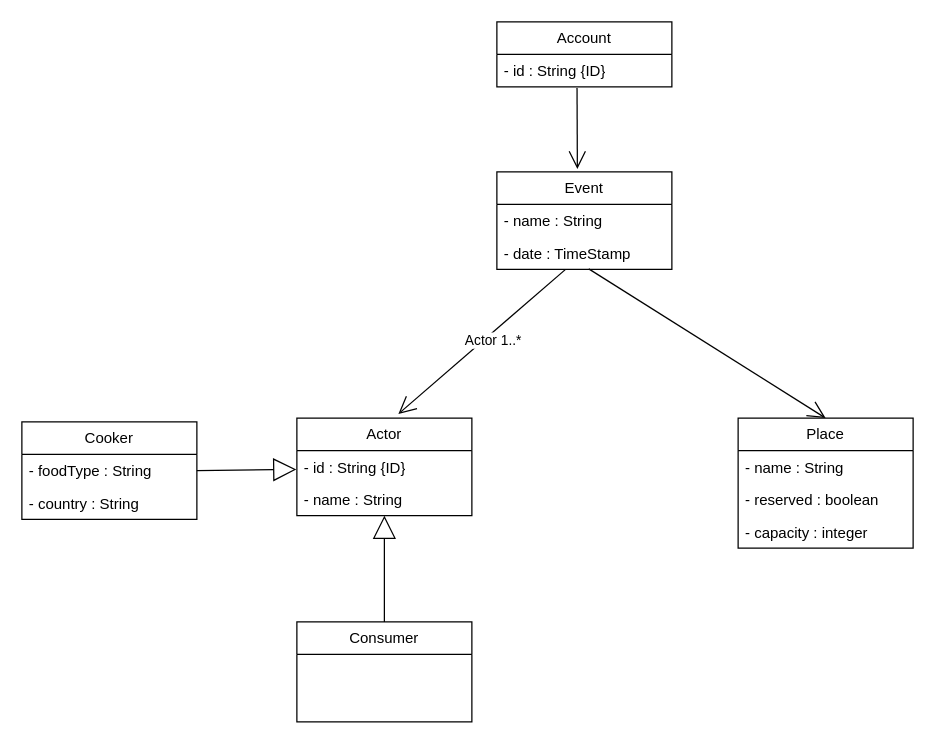
Earlier version of the draw.io diagram Conception/Diagramme de classe.drawio (CSliveR/Chief-s-Arena). Source tidied: cells renumbered, new cells numbered last; positions are measured from the earlier drawing's top-left corner, leaving out a move shared by most shapes. Both pictures are drawn from the tidied source at 125%, with x=0, y=0 at pixel (21, 21).
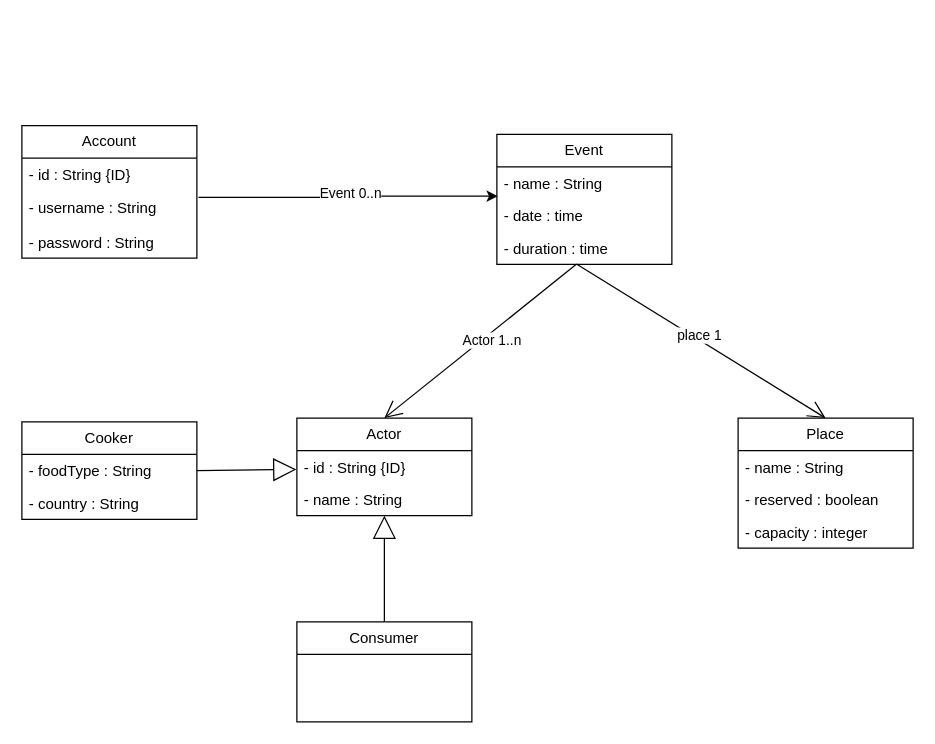
The same page after the edit.

The change refers to these unchanged cells:
```xml
<mxCell id="2" value="&lt;div&gt;Actor&lt;/div&gt;" style="swimlane;fontStyle=0;horizontal=1;startSize=26;fillColor=none;whiteSpace=wrap;html=1;" parent="1" vertex="1">
  <mxGeometry x="220" y="317" width="140" height="78" as="geometry" />
</mxCell>
<mxCell id="3" value="- id : String {ID}" style="text;strokeColor=none;fillColor=none;align=left;verticalAlign=top;spacingLeft=4;spacingRight=4;overflow=hidden;points=[[0,0.5],[1,0.5]];portConstraint=eastwest;whiteSpace=wrap;html=1;" parent="2" vertex="1">
  <mxGeometry y="26" width="140" height="26" as="geometry" />
</mxCell>
<mxCell id="6" value="- foodType : String" style="text;strokeColor=none;fillColor=none;align=left;verticalAlign=top;spacingLeft=4;spacingRight=4;overflow=hidden;points=[[0,0.5],[1,0.5]];portConstraint=eastwest;whiteSpace=wrap;html=1;" parent="5" vertex="1">
  <mxGeometry y="26" width="140" height="26" as="geometry" />
</mxCell>
<mxCell id="15" value="&lt;div&gt;Place&lt;/div&gt;" style="swimlane;fontStyle=0;horizontal=1;startSize=26;fillColor=none;whiteSpace=wrap;html=1;" parent="1" vertex="1">
  <mxGeometry x="573" y="317" width="140" height="104" as="geometry" />
</mxCell>
```

The edit, as a diff of the source:
```diff
@@
-    <mxCell id="10" style="endArrow=open;endFill=1;endSize=12;html=1;rounded=0;entryX=0.58;entryY=-0.043;entryDx=0;entryDy=0;entryPerimeter=0;" parent="1" edge="1" source="14" target="2">
+    <mxCell id="10" style="endArrow=open;endFill=1;endSize=12;html=1;rounded=0;entryX=0.5;entryY=0;entryDx=0;entryDy=0;exitX=0.456;exitY=0.992;exitDx=0;exitDy=0;exitPerimeter=0;" parent="1" edge="1" source="28" target="2">
       <mxGeometry relative="1" as="geometry" />
     </mxCell>
-    <mxCell id="11" value="Actor 1..*" style="edgeLabel;html=1;align=center;verticalAlign=middle;" parent="10" vertex="1">
+    <mxCell id="11" value="Actor 1..n" style="edgeLabel;html=1;align=center;verticalAlign=middle;" parent="10" vertex="1">
       <mxGeometry x="-0.08" y="5" relative="1" as="geometry" />
     </mxCell>
-    <mxCell id="12" value="&lt;div&gt;Event&lt;/div&gt;" style="swimlane;fontStyle=0;horizontal=1;startSize=26;fillColor=none;whiteSpace=wrap;html=1;" parent="1" vertex="1">
-      <mxGeometry x="380" y="120" width="140" height="78" as="geometry" />
-    </mxCell>
-    <mxCell id="13" value="&lt;div&gt;- name : String&lt;/div&gt;&lt;div&gt;&lt;br&gt;&lt;/div&gt;" style="text;strokeColor=none;fillColor=none;align=left;verticalAlign=top;spacingLeft=4;spacingRight=4;overflow=hidden;points=[[0,0.5],[1,0.5]];portConstraint=eastwest;whiteSpace=wrap;html=1;" parent="12" vertex="1">
-      <mxGeometry y="26" width="140" height="26" as="geometry" />
-    </mxCell>
-    <mxCell id="14" value="&lt;div&gt;- date : TimeStamp&lt;/div&gt;" style="text;strokeColor=none;fillColor=none;align=left;verticalAlign=top;spacingLeft=4;spacingRight=4;overflow=hidden;points=[[0,0.5],[1,0.5]];portConstraint=eastwest;whiteSpace=wrap;html=1;" parent="12" vertex="1">
-      <mxGeometry y="52" width="140" height="26" as="geometry" />
-    </mxCell>
+    <mxCell id="19" style="endArrow=open;endFill=1;endSize=12;html=1;rounded=0;entryX=0.5;entryY=0;entryDx=0;entryDy=0;exitX=0.459;exitY=1.003;exitDx=0;exitDy=0;exitPerimeter=0;" parent="1" edge="1" source="28" target="15">
+      <mxGeometry relative="1" as="geometry" />
+    </mxCell>
+    <mxCell id="24" value="&lt;div&gt;place 1&lt;/div&gt;" style="edgeLabel;html=1;align=center;verticalAlign=middle;" parent="19" vertex="1">
+      <mxGeometry x="-0.04" y="3" relative="1" as="geometry" />
+    </mxCell>
+    <mxCell id="20" style="endArrow=block;endSize=16;endFill=0;html=1;rounded=0;entryX=-0.003;entryY=0.58;entryDx=0;entryDy=0;entryPerimeter=0;exitX=1;exitY=0.5;exitDx=0;exitDy=0;" parent="1" edge="1" source="6" target="3">
+      <mxGeometry relative="1" as="geometry" />
+    </mxCell>
+    <mxCell id="21" value="&lt;div&gt;Account&lt;/div&gt;" style="swimlane;fontStyle=0;horizontal=1;startSize=26;fillColor=none;whiteSpace=wrap;html=1;" parent="1" vertex="1">
+      <mxGeometry y="83" width="140" height="106" as="geometry" />
+    </mxCell>
+    <mxCell id="25" value="&lt;div&gt;- id : String {ID}&lt;/div&gt;&lt;div&gt;&lt;br&gt;&lt;/div&gt;" style="text;strokeColor=none;fillColor=none;align=left;verticalAlign=top;spacingLeft=4;spacingRight=4;overflow=hidden;whiteSpace=wrap;html=1;" parent="21" vertex="1">
+      <mxGeometry y="26" width="140" height="26" as="geometry" />
+    </mxCell>
+    <mxCell id="22" value="&lt;div&gt;- username : String&lt;/div&gt;&lt;div&gt;&lt;br&gt;&lt;/div&gt;" style="text;strokeColor=none;fillColor=none;align=left;verticalAlign=top;spacingLeft=4;spacingRight=4;overflow=hidden;points=[[0,0.5],[1,0.5]];portConstraint=eastwest;whiteSpace=wrap;html=1;" parent="21" vertex="1">
+      <mxGeometry y="52" width="140" height="28" as="geometry" />
+    </mxCell>
+    <mxCell id="26" value="- password : String" style="text;strokeColor=none;fillColor=none;align=left;verticalAlign=top;spacingLeft=4;spacingRight=4;overflow=hidden;whiteSpace=wrap;html=1;" parent="21" vertex="1">
+      <mxGeometry y="80" width="140" height="26" as="geometry" />
+    </mxCell>
@@
-    <mxCell id="19" style="endArrow=open;endFill=1;endSize=12;html=1;rounded=0;entryX=0.5;entryY=0;entryDx=0;entryDy=0;exitX=0.525;exitY=0.984;exitDx=0;exitDy=0;exitPerimeter=0;" parent="1" edge="1" source="14" target="15">
-      <mxGeometry relative="1" as="geometry" />
-    </mxCell>
-    <mxCell id="20" style="endArrow=block;endSize=16;endFill=0;html=1;rounded=0;entryX=-0.003;entryY=0.58;entryDx=0;entryDy=0;entryPerimeter=0;exitX=1;exitY=0.5;exitDx=0;exitDy=0;" parent="1" edge="1" source="6" target="3">
-      <mxGeometry relative="1" as="geometry" />
-    </mxCell>
-    <mxCell id="21" value="&lt;div&gt;Account&lt;/div&gt;" style="swimlane;fontStyle=0;horizontal=1;startSize=26;fillColor=none;whiteSpace=wrap;html=1;" parent="1" vertex="1">
-      <mxGeometry x="380" width="140" height="52" as="geometry" />
-    </mxCell>
-    <mxCell id="22" value="- id : String {ID}" style="text;strokeColor=none;fillColor=none;align=left;verticalAlign=top;spacingLeft=4;spacingRight=4;overflow=hidden;points=[[0,0.5],[1,0.5]];portConstraint=eastwest;whiteSpace=wrap;html=1;" parent="21" vertex="1">
-      <mxGeometry y="26" width="140" height="26" as="geometry" />
-    </mxCell>
-    <mxCell id="23" style="endArrow=open;endFill=1;endSize=12;html=1;rounded=0;entryX=0.46;entryY=-0.03;entryDx=0;entryDy=0;entryPerimeter=0;exitX=0.458;exitY=1.031;exitDx=0;exitDy=0;exitPerimeter=0;" parent="1" edge="1" source="22" target="12">
-      <mxGeometry relative="1" as="geometry" />
-    </mxCell>
+    <mxCell id="12" value="&lt;div&gt;Event&lt;/div&gt;" style="swimlane;fontStyle=0;horizontal=1;startSize=26;fillColor=none;whiteSpace=wrap;html=1;" parent="1" vertex="1">
+      <mxGeometry x="380" y="90" width="140" height="104" as="geometry" />
+    </mxCell>
+    <mxCell id="13" value="- name : String" style="text;strokeColor=none;fillColor=none;align=left;verticalAlign=top;spacingLeft=4;spacingRight=4;overflow=hidden;points=[[0,0.5],[1,0.5]];portConstraint=eastwest;whiteSpace=wrap;html=1;" parent="12" vertex="1">
+      <mxGeometry y="26" width="140" height="26" as="geometry" />
+    </mxCell>
+    <mxCell id="27" value="- date : time" style="text;strokeColor=none;fillColor=none;align=left;verticalAlign=top;spacingLeft=4;spacingRight=4;overflow=hidden;whiteSpace=wrap;html=1;" parent="12" vertex="1">
+      <mxGeometry y="52" width="140" height="26" as="geometry" />
+    </mxCell>
+    <mxCell id="28" value="&lt;div&gt;- duration : time&lt;/div&gt;" style="text;strokeColor=none;fillColor=none;align=left;verticalAlign=top;spacingLeft=4;spacingRight=4;overflow=hidden;points=[[0,0.5],[1,0.5]];portConstraint=eastwest;whiteSpace=wrap;html=1;" parent="12" vertex="1">
+      <mxGeometry y="78" width="140" height="26" as="geometry" />
+    </mxCell>
+    <mxCell id="29" style="edgeStyle=orthogonalEdgeStyle;rounded=0;jettySize=auto;html=1;entryX=0.005;entryY=0.9;entryDx=0;entryDy=0;entryPerimeter=0;exitX=1.009;exitY=0.194;exitDx=0;exitDy=0;exitPerimeter=0;" parent="1" edge="1" source="22" target="13">
+      <mxGeometry relative="1" as="geometry" />
+    </mxCell>
+    <mxCell id="30" value="&lt;div&gt;Event 0..n&lt;/div&gt;" style="edgeLabel;html=1;align=center;verticalAlign=middle;" parent="29" vertex="1">
+      <mxGeometry x="0.07" y="1" relative="1" as="geometry">
+        <mxPoint x="-7" y="-2" as="offset" />
+      </mxGeometry>
+    </mxCell>
```
